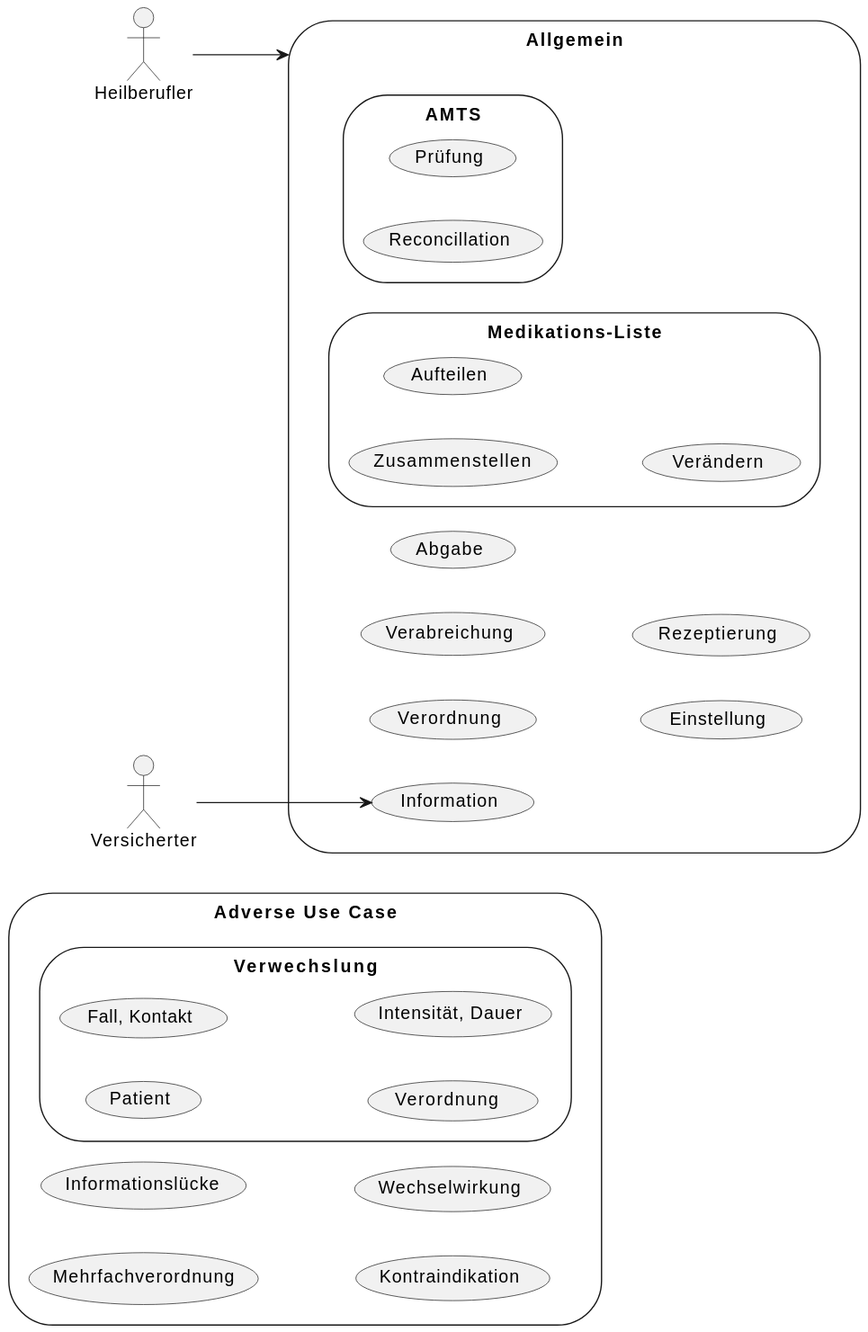
Above: Material/images/diagrams/usecases.svg in gematik/spec-ISiK-Terminplanung (PlantUML), before the change.
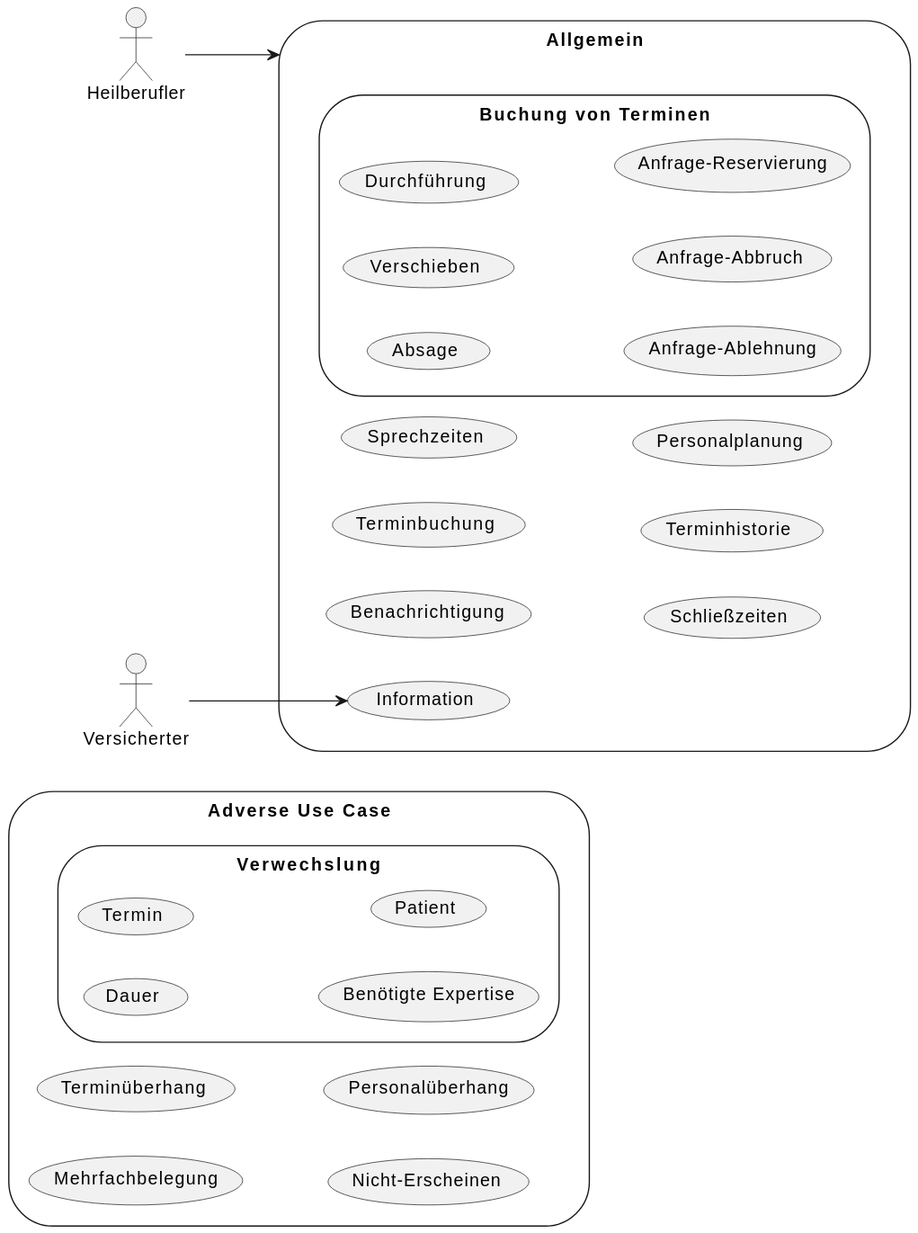
Above is the later version.

Commit message:
auto-generated diagrams by GitHub Action after source code change

Change to the diagram source:
```diff
@@ -5,32 +5,32 @@
 actor :Versicherter:
 storage adverseUC as "Adverse Use Case" {
     storage (Verwechslung){
+        (Dauer)
+        (Termin)
+        (Benötigte Expertise)
         (Patient)
-        (Fall, Kontakt)
-        (Verordnung )
-        (Intensität, Dauer)
     }
-    (Mehrfachverordnung)
-    (Informationslücke)
-    (Kontraindikation)
-    (Wechselwirkung)
+    (Mehrfachbelegung)
+    (Terminüberhang)
+    (Nicht-Erscheinen)
+    (Personalüberhang)
 }
 
 storage gnrlUC as "Allgemein" {
     (Information)
-    (Verordnung)
-    (Verabreichung)
-    (Abgabe)
-    (Einstellung)
-    (Rezeptierung)
-    storage (AMTS){
-        (Prüfung)
-        (Reconcillation)
-    }
-    storage (Medikations-Liste){
-        (Zusammenstellen)
-        (Aufteilen)
-        (Verändern)
+    (Benachrichtigung)
+    (Terminbuchung)
+    (Sprechzeiten)
+    (Schließzeiten)
+    (Terminhistorie)
+    (Personalplanung)
+    storage booKUC as "Buchung von Terminen"{
+        (Absage)
+        (Verschieben)
+        (Durchführung)
+        (Anfrage-Ablehnung)
+        (Anfrage-Abbruch)
+        (Anfrage-Reservierung)
     }
 }
 
```
